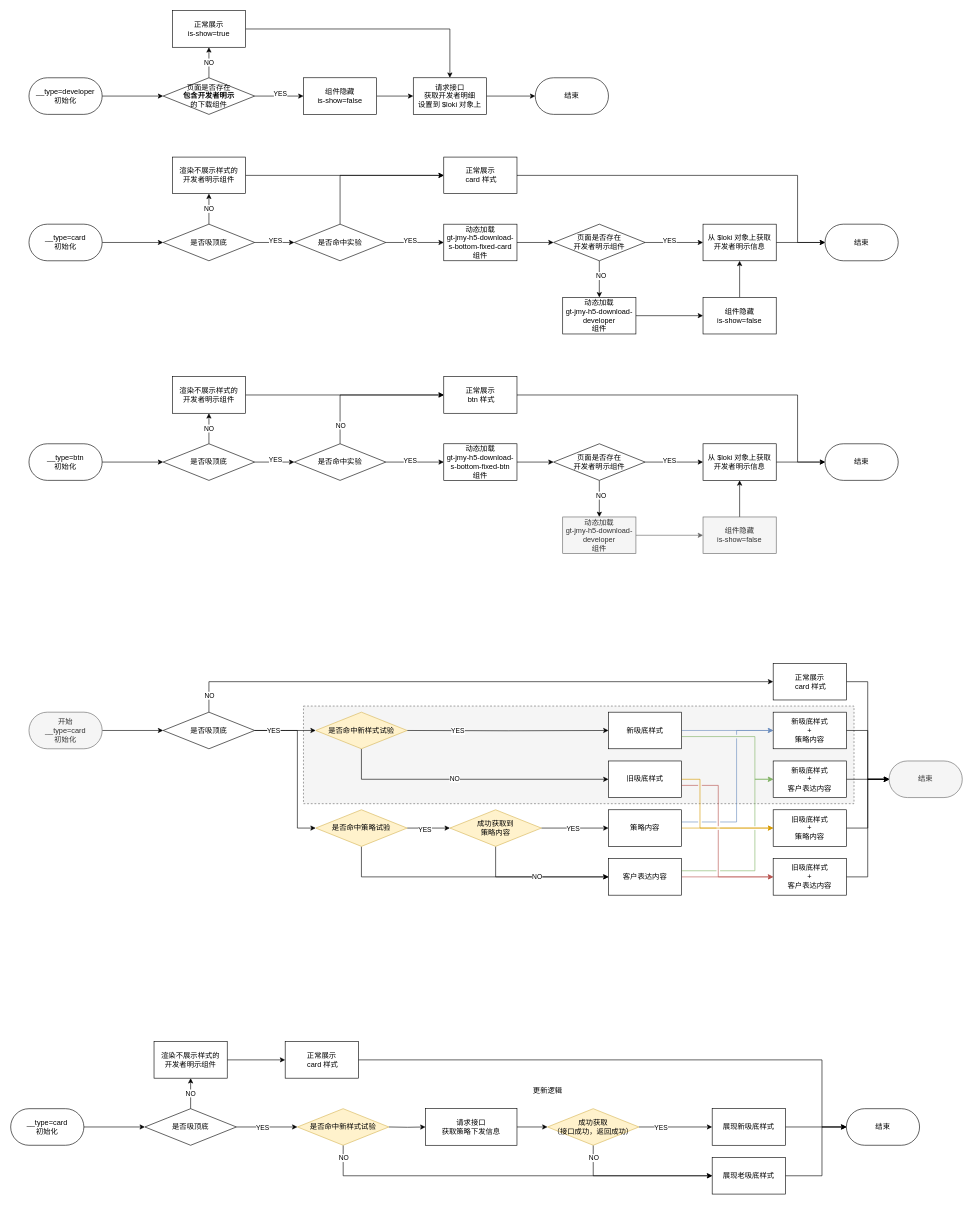
Earlier version of the draw.io diagram 下载吸底.drawio (qqqqqcy/processon). Source tidied: cells renumbered, new cells numbered last; positions are measured from the earlier drawing's top-left corner, leaving out a move shared by most shapes. Both pictures are drawn from the tidied source at 61%, with x=0, y=0 at pixel (10, 10).
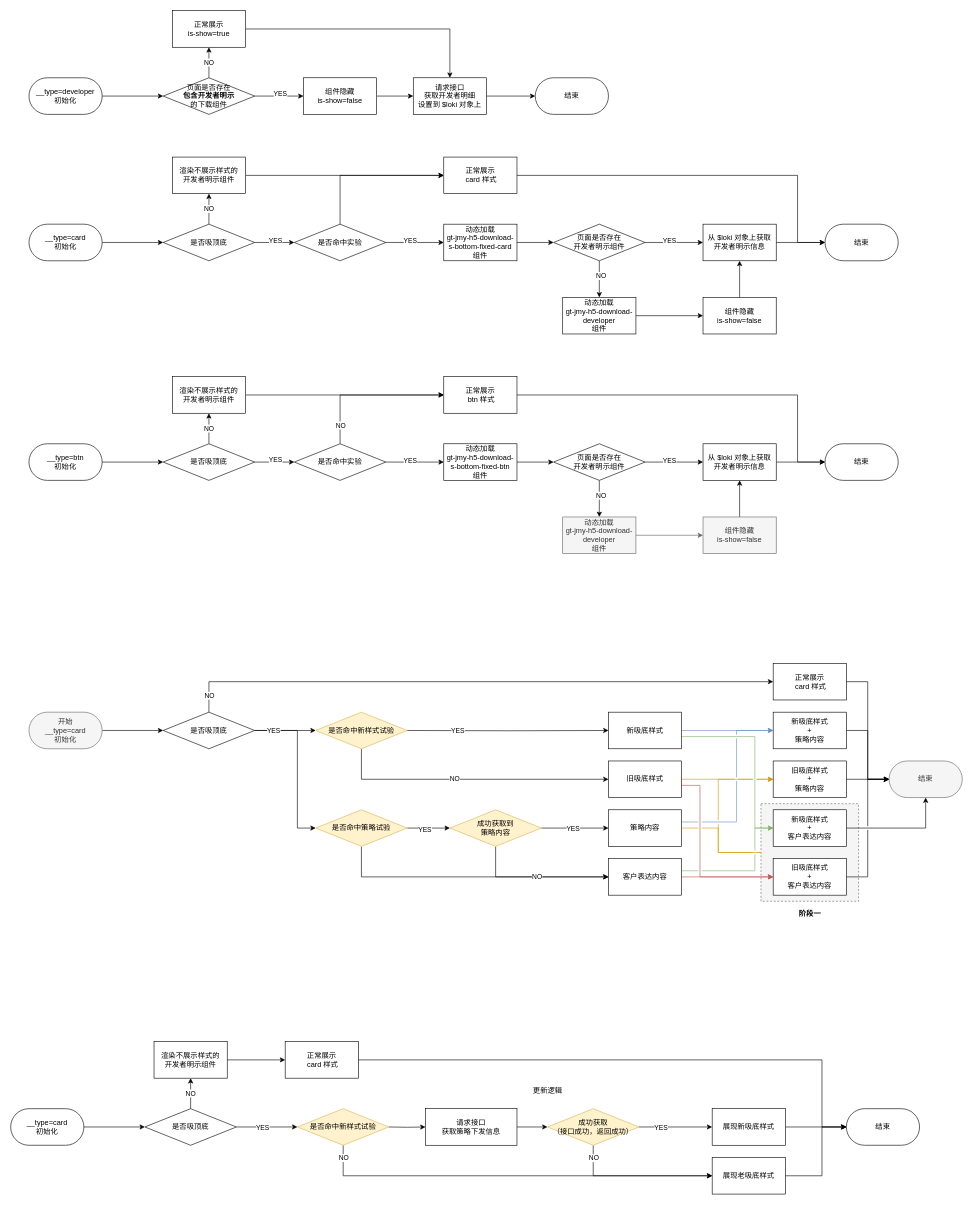
After the change.

Commit message:
更新下载吸底.drawio

The change refers to these unchanged cells:
```xml
<mxCell id="121" value="新吸底样式" style="whiteSpace=wrap;html=1;rounded=1;arcSize=0;" parent="1" vertex="1">
  <mxGeometry x="980" y="1150" width="120" height="60" as="geometry" />
</mxCell>
<mxCell id="128" value="旧吸底样式" style="whiteSpace=wrap;html=1;rounded=1;arcSize=0;" parent="1" vertex="1">
  <mxGeometry x="980" y="1230" width="120" height="60" as="geometry" />
</mxCell>
<mxCell id="131" value="策略内容" style="whiteSpace=wrap;html=1;rounded=1;arcSize=0;" parent="1" vertex="1">
  <mxGeometry x="980" y="1310" width="120" height="60" as="geometry" />
</mxCell>
<mxCell id="134" value="客户表达内容" style="whiteSpace=wrap;html=1;rounded=1;arcSize=0;" parent="1" vertex="1">
  <mxGeometry x="980" y="1390" width="120" height="60" as="geometry" />
</mxCell>
<mxCell id="142" value="旧吸底样式&lt;br&gt;+&lt;br&gt;客户表达内容" style="whiteSpace=wrap;html=1;rounded=1;arcSize=0;" parent="1" vertex="1">
  <mxGeometry x="1250" y="1390" width="120" height="60" as="geometry" />
</mxCell>
```

What changed in the source:
```diff
@@
     <mxCell id="2" style="rounded=0;whiteSpace=wrap;html=1;dashed=1;fontColor=#333333;strokeColor=#666666;fillColor=#f5f5f5;" parent="1" vertex="1">
-      <mxGeometry x="480" y="1140" width="902.5" height="160" as="geometry" />
+      <mxGeometry x="1230" y="1300" width="160" height="160" as="geometry" />
     </mxCell>
@@
     <mxCell id="120" style="edgeStyle=orthogonalEdgeStyle;rounded=0;jettySize=auto;html=1;entryX=0;entryY=0.5;entryDx=0;entryDy=0;fontColor=#000000;fillColor=#d5e8d4;strokeColor=#82b366;jumpStyle=gap;" parent="1" edge="1" source="121" target="138">
       <mxGeometry relative="1" as="geometry">
         <Array as="points">
           <mxPoint x="1220" y="1190" />
-          <mxPoint x="1220" y="1260" />
+          <mxPoint x="1220" y="1340" />
         </Array>
       </mxGeometry>
     </mxCell>
@@
     <mxCell id="126" style="edgeStyle=orthogonalEdgeStyle;rounded=0;jettySize=auto;html=1;entryX=0;entryY=0.5;entryDx=0;entryDy=0;fontColor=#000000;fillColor=#ffe6cc;strokeColor=#d79b00;jumpStyle=gap;" parent="1" edge="1" source="128" target="140">
       <mxGeometry relative="1" as="geometry">
         <Array as="points">
-          <mxPoint x="1130" y="1260" />
-          <mxPoint x="1130" y="1340" />
+          <mxPoint x="1200" y="1260" />
+          <mxPoint x="1200" y="1260" />
         </Array>
       </mxGeometry>
     </mxCell>
     <mxCell id="127" style="edgeStyle=orthogonalEdgeStyle;rounded=0;jettySize=auto;html=1;entryX=0;entryY=0.5;entryDx=0;entryDy=0;fontColor=#000000;fillColor=#f8cecc;strokeColor=#b85450;jumpStyle=gap;" parent="1" edge="1" source="128" target="142">
       <mxGeometry relative="1" as="geometry">
         <Array as="points">
-          <mxPoint x="1160" y="1270" />
-          <mxPoint x="1160" y="1420" />
+          <mxPoint x="1130" y="1270" />
+          <mxPoint x="1130" y="1420" />
         </Array>
       </mxGeometry>
     </mxCell>
@@
-    <mxCell id="130" style="edgeStyle=orthogonalEdgeStyle;rounded=0;jettySize=auto;html=1;entryX=0;entryY=0.5;entryDx=0;entryDy=0;fontColor=#000000;fillColor=#ffe6cc;strokeColor=#d79b00;jumpStyle=gap;" parent="1" edge="1" source="131" target="140">
-      <mxGeometry relative="1" as="geometry" />
+    <mxCell id="130" style="edgeStyle=orthogonalEdgeStyle;rounded=0;jettySize=auto;html=1;entryX=0;entryY=0.5;entryDx=0;entryDy=0;fontColor=#000000;fillColor=#ffe6cc;strokeColor=#d79b00;jumpStyle=gap;startArrow=none;" parent="1" edge="1" source="2" target="140">
+      <mxGeometry relative="1" as="geometry">
+        <Array as="points">
+          <mxPoint x="1160" y="1260" />
+        </Array>
+      </mxGeometry>
     </mxCell>
@@
     <mxCell id="132" style="edgeStyle=orthogonalEdgeStyle;rounded=0;jettySize=auto;html=1;entryX=0;entryY=0.5;entryDx=0;entryDy=0;fontColor=#000000;fillColor=#d5e8d4;strokeColor=#82b366;jumpStyle=gap;" parent="1" edge="1" source="134" target="138">
       <mxGeometry relative="1" as="geometry">
         <Array as="points">
           <mxPoint x="1220" y="1410" />
-          <mxPoint x="1220" y="1260" />
+          <mxPoint x="1220" y="1340" />
         </Array>
       </mxGeometry>
     </mxCell>
@@
     <mxCell id="138" value="新吸底样式&lt;br&gt;+&lt;br&gt;客户表达内容" style="whiteSpace=wrap;html=1;rounded=1;arcSize=0;" parent="1" vertex="1">
-      <mxGeometry x="1250" y="1230" width="120" height="60" as="geometry" />
+      <mxGeometry x="1250" y="1310" width="120" height="60" as="geometry" />
     </mxCell>
@@
     <mxCell id="140" value="旧吸底样式&lt;br&gt;+&lt;br&gt;策略内容" style="whiteSpace=wrap;html=1;rounded=1;arcSize=0;" parent="1" vertex="1">
-      <mxGeometry x="1250" y="1310" width="120" height="60" as="geometry" />
+      <mxGeometry x="1250" y="1230" width="120" height="60" as="geometry" />
     </mxCell>
@@
+    <mxCell id="144" style="edgeStyle=orthogonalEdgeStyle;rounded=0;jettySize=auto;html=1;entryX=0;entryY=0.5;entryDx=0;entryDy=0;fontColor=#000000;fillColor=#ffe6cc;strokeColor=#d79b00;jumpStyle=gap;endArrow=none;" parent="1" edge="1" source="131" target="2">
+      <mxGeometry relative="1" as="geometry">
+        <Array as="points">
+          <mxPoint x="1160" y="1340" />
+        </Array>
+      </mxGeometry>
+    </mxCell>
+    <mxCell id="145" value="阶段一" style="text;html=1;align=center;verticalAlign=middle;strokeColor=none;fillColor=none;fontColor=#000000;fontStyle=1;" parent="1" vertex="1">
+      <mxGeometry x="1285" y="1470" width="50" height="20" as="geometry" />
+    </mxCell>
```
